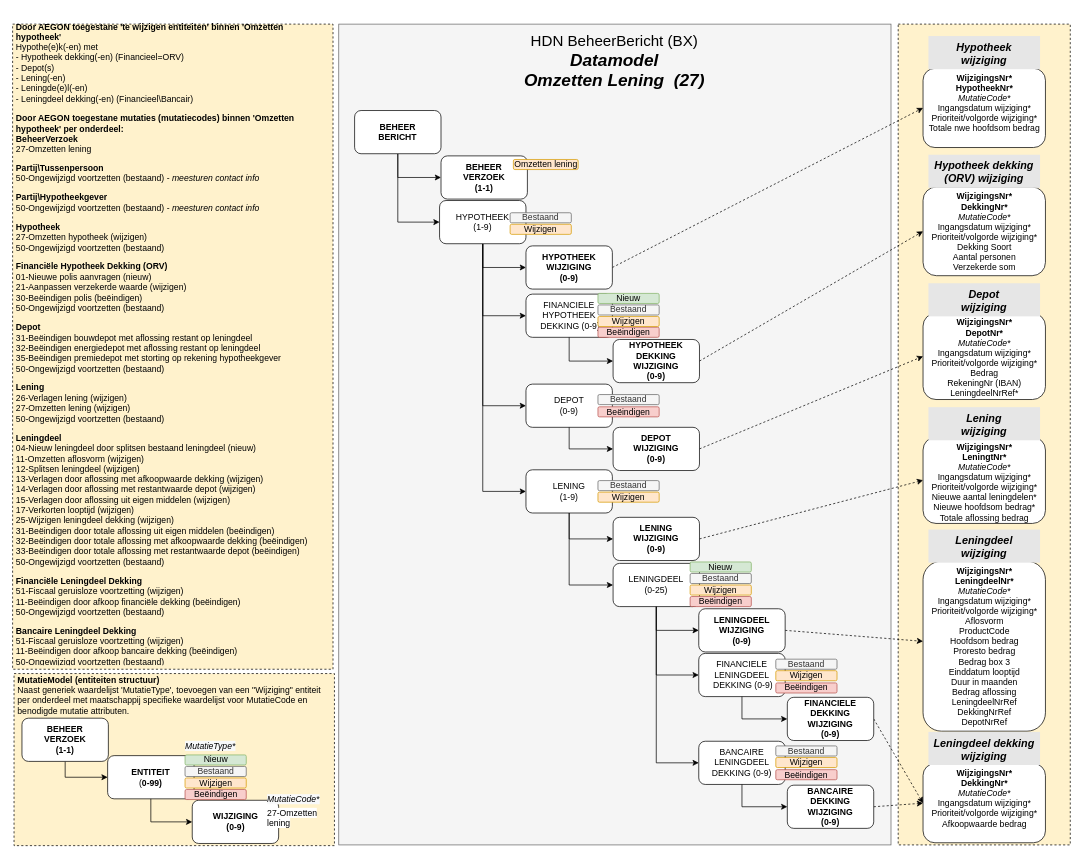
Earlier version of the draw.io diagram page "Wijzigingsentiteiten - Datamodel OL" (2 of 5) of HDN_BX_MM_OmzettenLening.drawio (luchthandel/diagrams). Source tidied: cells renumbered, new cells numbered last; positions are measured from the earlier drawing's top-left corner, leaving out a move shared by most shapes. Both pictures are drawn from the tidied source at 72%, with x=0, y=0 at pixel (12, 24).
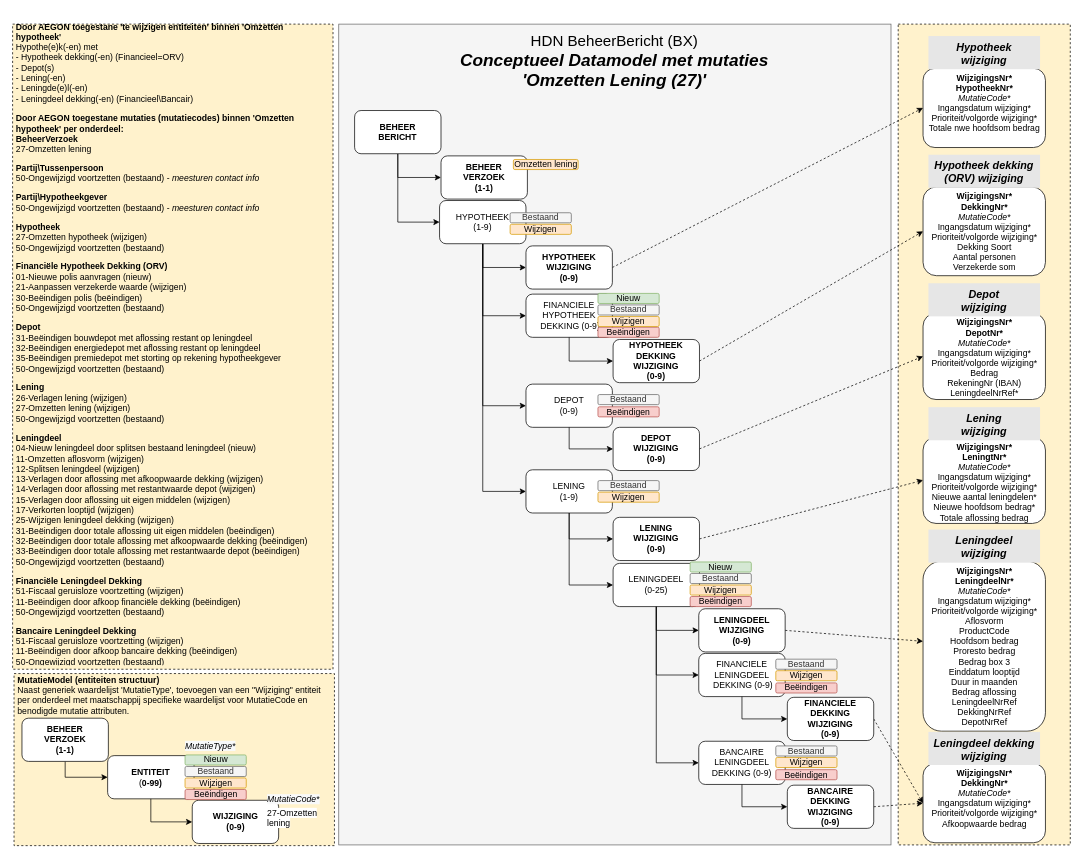
After the change.

Change to the diagram source:
```diff
@@
-    <mxCell id="16" value="&lt;font style=&quot;font-size: 21px&quot;&gt;HDN BeheerBericht (BX)&lt;br&gt;&lt;/font&gt;&lt;span style=&quot;font-size: 24px&quot;&gt;&lt;b&gt;&lt;i&gt;Datamodel&lt;br&gt;Omzetten Lening&amp;nbsp;&lt;/i&gt;&lt;/b&gt;&lt;/span&gt;&lt;b style=&quot;font-size: 24px&quot;&gt;&lt;i&gt;&amp;nbsp;(27)&lt;/i&gt;&lt;/b&gt;" style="text;html=1;strokeColor=none;fillColor=none;align=center;verticalAlign=middle;whiteSpace=wrap;rounded=0;" parent="1" vertex="1">
+    <mxCell id="16" value="&lt;font style=&quot;font-size: 21px&quot;&gt;HDN BeheerBericht (BX)&lt;br&gt;&lt;/font&gt;&lt;span style=&quot;font-size: 24px&quot;&gt;&lt;b&gt;&lt;i&gt;Conceptueel Datamodel met mutaties&lt;br&gt;'Omzetten Lening&amp;nbsp;&lt;/i&gt;&lt;/b&gt;&lt;/span&gt;&lt;b style=&quot;font-size: 24px&quot;&gt;&lt;i&gt;(27)'&lt;/i&gt;&lt;/b&gt;" style="text;html=1;strokeColor=none;fillColor=none;align=center;verticalAlign=middle;whiteSpace=wrap;rounded=0;" parent="1" vertex="1">
       <mxGeometry x="453" y="5" width="766" height="93" as="geometry" />
     </mxCell>
```
